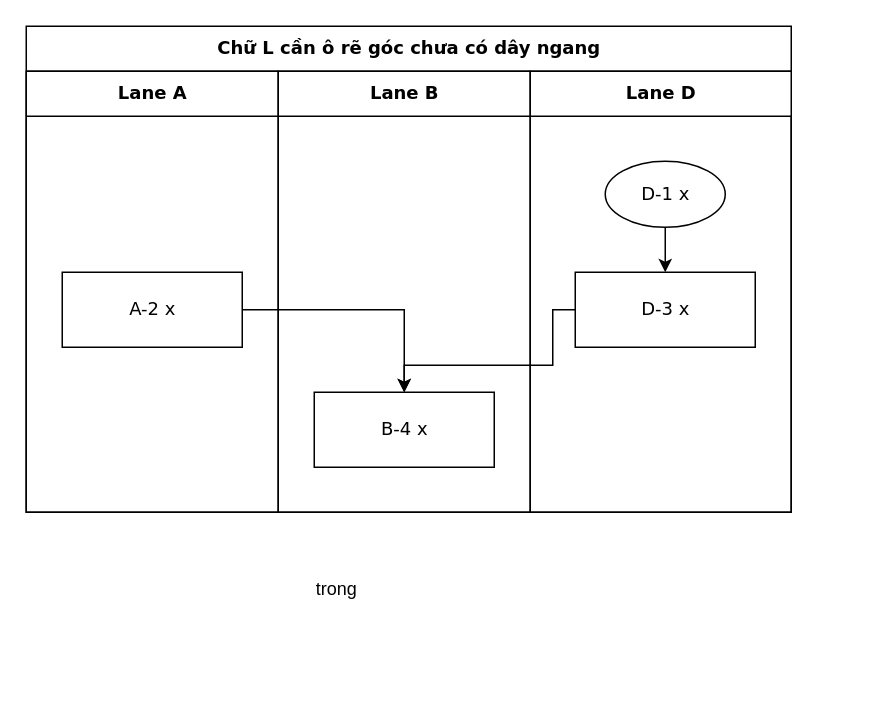
Earlier version of the draw.io diagram conformance/merge/fuzz-64/flow.drawio (luytbq/flowcast). Source tidied: cells renumbered, new cells numbered last; positions are measured from the earlier drawing's top-left corner, leaving out a move shared by most shapes. Both pictures are drawn from the tidied source at 150%, with x=0, y=0 at pixel (26, 26).
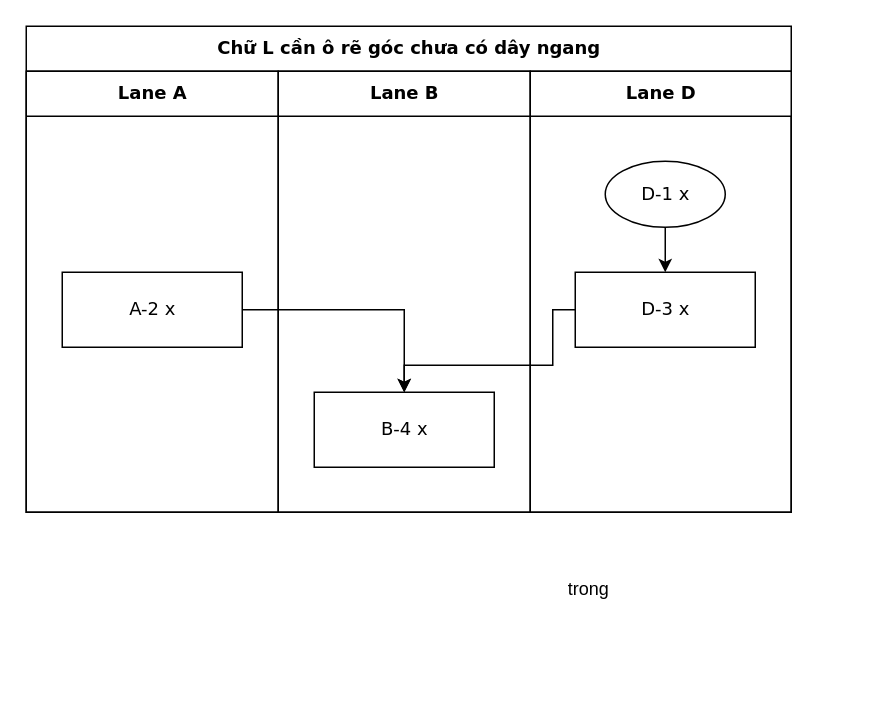
The same diagram, later.

Change to the diagram source:
```diff
@@
 <mxGraphModel>
   <root>
     <mxCell id="0" />
     <mxCell id="1" parent="0" />
     <mxCell id="2" value="Chữ L cần ô rẽ góc chưa có dây ngang" style="swimlane;html=1;startSize=30;fontStyle=1;fontFamily=Verdana;fontSize=12;flowtable=1;" parent="1" vertex="1">
       <mxGeometry width="510" height="324" as="geometry" />
     </mxCell>
     <mxCell id="3" value="Lane A" style="swimlane;html=1;startSize=30;fontFamily=Verdana;fontSize=12;flowtable=1;" parent="2" vertex="1">
       <mxGeometry y="30" width="168" height="294" as="geometry" />
     </mxCell>
     <mxCell id="4" value="Lane B" style="swimlane;html=1;startSize=30;fontFamily=Verdana;fontSize=12;flowtable=1;" parent="2" vertex="1">
       <mxGeometry x="168" y="30" width="168" height="294" as="geometry" />
     </mxCell>
     <mxCell id="5" value="Lane D" style="swimlane;html=1;startSize=30;fontFamily=Verdana;fontSize=12;flowtable=1;" parent="2" vertex="1">
       <mxGeometry x="336" y="30" width="174" height="294" as="geometry" />
     </mxCell>
     <mxCell id="6" value="D-1 x" style="ellipse;html=1;fontFamily=Verdana;fontSize=12;flowtable=1;" parent="5" vertex="1">
       <mxGeometry x="50" y="60" width="80" height="44" as="geometry" />
     </mxCell>
     <mxCell id="7" value="A-2 x" style="rounded=0;html=1;fontFamily=Verdana;fontSize=12;flowtable=1;" parent="3" vertex="1">
       <mxGeometry x="24" y="134" width="120" height="50" as="geometry" />
     </mxCell>
     <mxCell id="8" value="D-3 x" style="rounded=0;html=1;fontFamily=Verdana;fontSize=12;flowtable=1;" parent="5" vertex="1">
       <mxGeometry x="30" y="134" width="120" height="50" as="geometry" />
     </mxCell>
     <mxCell id="9" value="B-4 x" style="rounded=0;html=1;fontFamily=Verdana;fontSize=12;flowtable=1;" parent="4" vertex="1">
       <mxGeometry x="24" y="214" width="120" height="50" as="geometry" />
     </mxCell>
     <mxCell id="10" style="edgeStyle=orthogonalEdgeStyle;rounded=0;jettySize=auto;html=1;labelBackgroundColor=default;exitX=0.5;exitY=1;exitDx=0;exitDy=0;entryX=0.5;entryY=0;entryDx=0;entryDy=0;fontFamily=Verdana;fontSize=12;flowtable=1;" parent="2" edge="1" source="6" target="8">
       <mxGeometry relative="1" as="geometry" />
     </mxCell>
     <mxCell id="11" style="edgeStyle=orthogonalEdgeStyle;rounded=0;jettySize=auto;html=1;labelBackgroundColor=default;exitX=1;exitY=0.5;exitDx=0;exitDy=0;entryX=0.5;entryY=0;entryDx=0;entryDy=0;fontFamily=Verdana;fontSize=12;flowtable=1;" parent="2" edge="1" source="7" target="9">
       <mxGeometry relative="1" as="geometry">
         <Array as="points">
           <mxPoint x="252" y="189" />
         </Array>
       </mxGeometry>
     </mxCell>
     <mxCell id="12" style="edgeStyle=orthogonalEdgeStyle;rounded=0;jettySize=auto;html=1;labelBackgroundColor=default;exitX=0;exitY=0.5;exitDx=0;exitDy=0;entryX=0.5;entryY=0;entryDx=0;entryDy=0;fontFamily=Verdana;fontSize=12;flowtable=1;" parent="2" edge="1" source="8" target="9">
       <mxGeometry relative="1" as="geometry">
         <Array as="points">
           <mxPoint x="351" y="189" />
           <mxPoint x="351" y="226" />
           <mxPoint x="252" y="226" />
         </Array>
       </mxGeometry>
     </mxCell>
-    <mxCell id="13" style="group;" parent="4" vertex="1">
+    <mxCell id="13" style="group;" parent="5" vertex="1">
       <mxGeometry x="13.5" y="321.6" width="200" height="80" as="geometry" />
     </mxCell>
     <mxCell id="14" value="trong" style="text;" parent="13" vertex="1">
       <mxGeometry x="10" y="10" width="100" height="30" as="geometry" />
     </mxCell>
   </root>
 </mxGraphModel>
```
